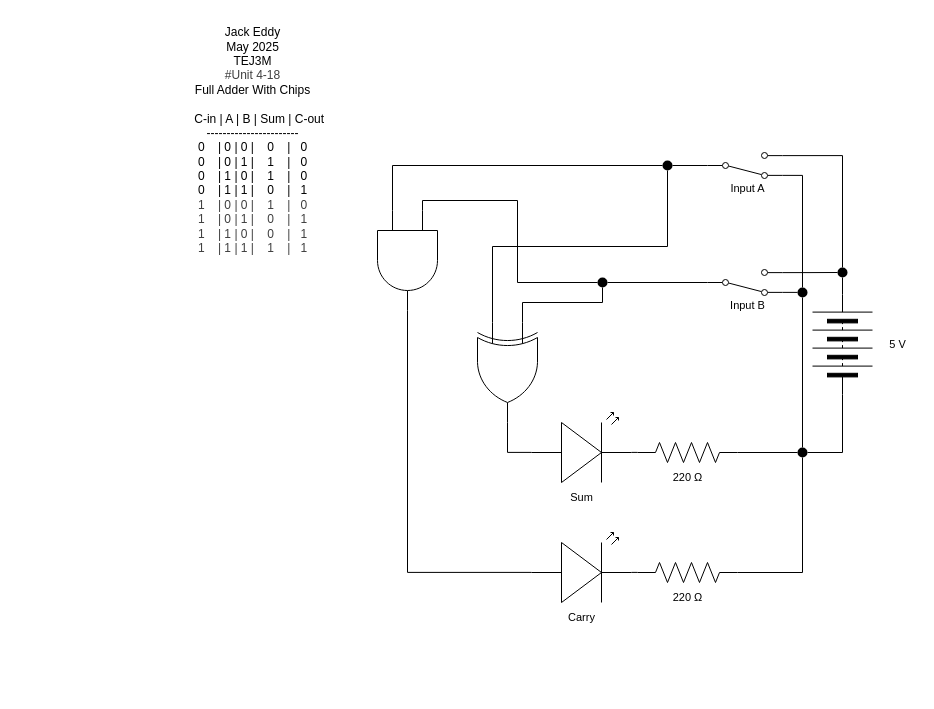
The draw.io diagram Unit4-18.drawio in Jack-Eddy/TEJ3M-Unit4, before the edit. Source tidied: cells renumbered, new cells numbered last; positions are measured from the earlier drawing's top-left corner, leaving out a move shared by most shapes. Both pictures are drawn from the tidied source at 100%, with x=0, y=0 at pixel (167, 17).
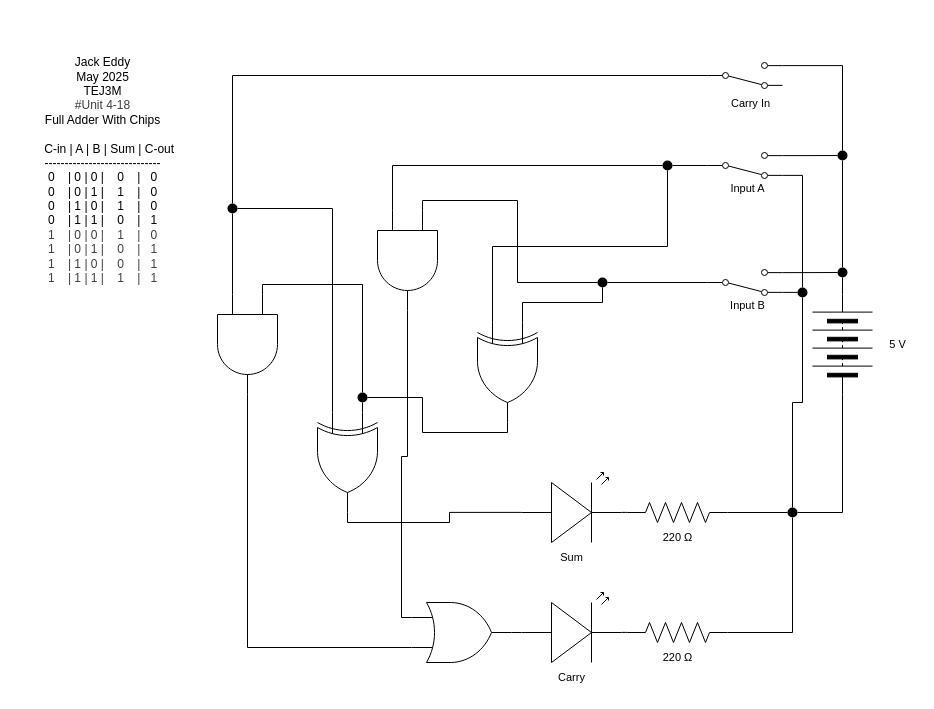
After the change.

Unchanged cells that the change refers to:
```xml
<mxCell id="4" style="html=1;shape=mxgraph.electrical.electro-mechanical.twoWaySwitch;elSwitchState=2;flipH=0;rotation=0;flipV=1;" parent="1" vertex="1">
  <mxGeometry x="540" y="135" width="75" height="26" as="geometry" />
</mxCell>
<mxCell id="18" style="shape=ellipse;fillColor=light-dark(#000000, #51a8ff);strokeColor=none;html=1;sketch=0;fontFamily=Helvetica;fontSize=11;fontColor=default;labelBackgroundColor=default;" parent="1" vertex="1">
  <mxGeometry x="670" y="250" width="10" height="10" as="geometry" />
</mxCell>
<mxCell id="20" style="verticalLabelPosition=bottom;shadow=0;dashed=0;align=center;html=1;verticalAlign=top;shape=mxgraph.electrical.miscellaneous.batteryStack;rotation=-90;" parent="1" vertex="1">
  <mxGeometry x="625" y="297" width="100" height="60" as="geometry" />
</mxCell>
<mxCell id="27" style="verticalLabelPosition=bottom;shadow=0;dashed=0;align=center;html=1;verticalAlign=top;shape=mxgraph.electrical.logic_gates.logic_gate;operation=xor;rotation=90;" parent="1" vertex="1">
  <mxGeometry x="290" y="325" width="100" height="60" as="geometry" />
</mxCell>
<mxCell id="29" style="verticalLabelPosition=bottom;shadow=0;dashed=0;align=center;html=1;verticalAlign=top;shape=mxgraph.electrical.logic_gates.logic_gate;operation=and;rotation=90;" parent="1" vertex="1">
  <mxGeometry x="190" y="213" width="100" height="60" as="geometry" />
</mxCell>
```

Change to the diagram source:
```diff
@@
-    <mxCell id="2" style="edgeStyle=orthogonalEdgeStyle;shape=connector;rounded=0;html=1;exitX=1;exitY=0.12;exitDx=0;exitDy=0;entryX=0.5;entryY=0;entryDx=0;entryDy=0;strokeColor=default;align=center;verticalAlign=middle;fontFamily=Helvetica;fontSize=11;fontColor=default;labelBackgroundColor=default;endArrow=none;endFill=0;" parent="1" edge="1" source="4" target="18">
-      <mxGeometry relative="1" as="geometry" />
-    </mxCell>
@@
+    <mxCell id="43" style="edgeStyle=orthogonalEdgeStyle;shape=connector;rounded=0;html=1;exitX=1;exitY=0.12;exitDx=0;exitDy=0;entryX=0;entryY=0.5;entryDx=0;entryDy=0;strokeColor=default;align=center;verticalAlign=middle;fontFamily=Helvetica;fontSize=11;fontColor=default;labelBackgroundColor=default;endArrow=none;endFill=0;" parent="1" edge="1" source="4" target="63">
+      <mxGeometry relative="1" as="geometry" />
+    </mxCell>
@@
     <mxCell id="9" style="verticalLabelPosition=bottom;shadow=0;dashed=0;align=center;html=1;verticalAlign=top;shape=mxgraph.electrical.opto_electronics.led_2;fontFamily=Helvetica;fontSize=11;fontColor=default;labelBackgroundColor=default;" parent="1" vertex="1">
-      <mxGeometry x="364" y="395" width="100" height="70" as="geometry" />
+      <mxGeometry x="354" y="455" width="100" height="70" as="geometry" />
     </mxCell>
@@
     <mxCell id="11" style="verticalLabelPosition=bottom;shadow=0;dashed=0;align=center;html=1;verticalAlign=top;shape=mxgraph.electrical.resistors.resistor_2;fontFamily=Helvetica;fontSize=11;fontColor=default;labelBackgroundColor=default;" parent="1" vertex="1">
-      <mxGeometry x="470" y="425" width="100" height="20" as="geometry" />
+      <mxGeometry x="460" y="485" width="100" height="20" as="geometry" />
     </mxCell>
@@
+    <mxCell id="44" style="edgeStyle=orthogonalEdgeStyle;shape=connector;rounded=0;html=1;exitX=1;exitY=0.5;exitDx=0;exitDy=0;entryX=0;entryY=0.5;entryDx=0;entryDy=0;strokeColor=default;align=center;verticalAlign=middle;fontFamily=Helvetica;fontSize=11;fontColor=default;labelBackgroundColor=default;endArrow=none;endFill=0;" parent="1" edge="1" source="14" target="20">
+      <mxGeometry relative="1" as="geometry" />
+    </mxCell>
     <mxCell id="14" style="shape=ellipse;fillColor=light-dark(#000000, #51a8ff);strokeColor=none;html=1;sketch=0;fontFamily=Helvetica;fontSize=11;fontColor=default;labelBackgroundColor=default;" parent="1" vertex="1">
-      <mxGeometry x="630" y="430" width="10" height="10" as="geometry" />
+      <mxGeometry x="620" y="490" width="10" height="10" as="geometry" />
     </mxCell>
@@
-    <mxCell id="19" style="edgeStyle=orthogonalEdgeStyle;shape=connector;rounded=0;html=1;exitX=0;exitY=0.5;exitDx=0;exitDy=0;entryX=1;entryY=0.5;entryDx=0;entryDy=0;strokeColor=default;align=center;verticalAlign=middle;fontFamily=Helvetica;fontSize=11;fontColor=default;labelBackgroundColor=default;endArrow=none;endFill=0;" parent="1" edge="1" source="20" target="14">
-      <mxGeometry relative="1" as="geometry" />
-    </mxCell>
@@
     <mxCell id="22" value="220 Ω" style="text;html=1;align=center;verticalAlign=middle;strokeColor=none;fillColor=none;fontFamily=Helvetica;fontSize=11;fontColor=default;labelBackgroundColor=default;" parent="1" vertex="1">
-      <mxGeometry x="495" y="445" width="50" height="30" as="geometry" />
+      <mxGeometry x="485" y="505" width="50" height="30" as="geometry" />
     </mxCell>
@@
     <mxCell id="25" value="Sum" style="text;html=1;align=center;verticalAlign=middle;strokeColor=none;fillColor=none;fontFamily=Helvetica;fontSize=11;fontColor=default;labelBackgroundColor=default;" parent="1" vertex="1">
-      <mxGeometry x="389" y="465" width="50" height="30" as="geometry" />
+      <mxGeometry x="379" y="525" width="50" height="30" as="geometry" />
     </mxCell>
-    <mxCell id="26" value="Jack Eddy&lt;div&gt;&lt;font color=&quot;#000000&quot;&gt;May 2025&lt;br&gt;&lt;/font&gt;&lt;div&gt;&lt;span style=&quot;background-color: transparent;&quot;&gt;TEJ3M&lt;/span&gt;&lt;/div&gt;&lt;/div&gt;&lt;div&gt;&lt;div style=&quot;color: rgb(63, 63, 63);&quot;&gt;#Unit 4-18&lt;/div&gt;&lt;/div&gt;&lt;div&gt;Full Adder With Chips&lt;/div&gt;&lt;div&gt;&lt;br&gt;&lt;/div&gt;&lt;div&gt;&lt;div&gt;&amp;nbsp; &amp;nbsp; C-in | A | B | Sum | C-out&lt;/div&gt;&lt;div&gt;-----------------------&lt;/div&gt;&lt;div&gt;0&amp;nbsp; &amp;nbsp; | 0 | 0 |&amp;nbsp; &amp;nbsp; 0&amp;nbsp; &amp;nbsp; |&amp;nbsp; &amp;nbsp;0&lt;/div&gt;&lt;div&gt;0&amp;nbsp; &amp;nbsp; | 0 | 1 |&amp;nbsp; &amp;nbsp; 1&amp;nbsp; &amp;nbsp; |&amp;nbsp; &amp;nbsp;0&lt;/div&gt;&lt;div&gt;0&amp;nbsp; &amp;nbsp; | 1 | 0 |&amp;nbsp; &amp;nbsp; 1&amp;nbsp; &amp;nbsp; |&amp;nbsp; &amp;nbsp;0&lt;/div&gt;&lt;div&gt;0&amp;nbsp; &amp;nbsp; | 1 | 1 |&amp;nbsp; &amp;nbsp; 0&amp;nbsp; &amp;nbsp; |&amp;nbsp; &amp;nbsp;1&lt;/div&gt;&lt;/div&gt;&lt;div&gt;&lt;div style=&quot;color: rgb(63, 63, 63); scrollbar-color: rgb(226, 226, 226) rgb(251, 251, 251);&quot;&gt;1&amp;nbsp; &amp;nbsp; | 0 | 0 |&amp;nbsp; &amp;nbsp; 1&amp;nbsp; &amp;nbsp; |&amp;nbsp; &amp;nbsp;0&lt;/div&gt;&lt;div style=&quot;color: rgb(63, 63, 63); scrollbar-color: rgb(226, 226, 226) rgb(251, 251, 251);&quot;&gt;1&amp;nbsp; &amp;nbsp; | 0 | 1 |&amp;nbsp; &amp;nbsp; 0&amp;nbsp; &amp;nbsp; |&amp;nbsp; &amp;nbsp;1&lt;/div&gt;&lt;div style=&quot;color: rgb(63, 63, 63); scrollbar-color: rgb(226, 226, 226) rgb(251, 251, 251);&quot;&gt;1&amp;nbsp; &amp;nbsp; | 1 | 0 |&amp;nbsp; &amp;nbsp; 0&amp;nbsp; &amp;nbsp; |&amp;nbsp; &amp;nbsp;1&lt;/div&gt;&lt;div style=&quot;color: rgb(63, 63, 63); scrollbar-color: rgb(226, 226, 226) rgb(251, 251, 251);&quot;&gt;1&amp;nbsp; &amp;nbsp; | 1 | 1 |&amp;nbsp; &amp;nbsp; 1&amp;nbsp; &amp;nbsp; |&amp;nbsp; &amp;nbsp;1&lt;/div&gt;&lt;/div&gt;&lt;div&gt;&lt;br&gt;&lt;/div&gt;" style="text;html=1;align=center;verticalAlign=middle;strokeColor=none;fillColor=none;" parent="1" vertex="1">
-      <mxGeometry width="170" height="260" as="geometry" />
+    <mxCell id="26" value="Jack Eddy&lt;div&gt;&lt;font color=&quot;#000000&quot;&gt;May 2025&lt;br&gt;&lt;/font&gt;&lt;div&gt;&lt;span style=&quot;background-color: transparent;&quot;&gt;TEJ3M&lt;/span&gt;&lt;/div&gt;&lt;/div&gt;&lt;div&gt;&lt;div style=&quot;color: rgb(63, 63, 63);&quot;&gt;#Unit 4-18&lt;/div&gt;&lt;/div&gt;&lt;div&gt;Full Adder With Chips&lt;/div&gt;&lt;div&gt;&lt;br&gt;&lt;/div&gt;&lt;div&gt;&lt;div&gt;&amp;nbsp; &amp;nbsp; C-in | A | B | Sum | C-out&lt;/div&gt;&lt;div&gt;-----------------------------&lt;/div&gt;&lt;div&gt;0&amp;nbsp; &amp;nbsp; | 0 | 0 |&amp;nbsp; &amp;nbsp; 0&amp;nbsp; &amp;nbsp; |&amp;nbsp; &amp;nbsp;0&lt;/div&gt;&lt;div&gt;0&amp;nbsp; &amp;nbsp; | 0 | 1 |&amp;nbsp; &amp;nbsp; 1&amp;nbsp; &amp;nbsp; |&amp;nbsp; &amp;nbsp;0&lt;/div&gt;&lt;div&gt;0&amp;nbsp; &amp;nbsp; | 1 | 0 |&amp;nbsp; &amp;nbsp; 1&amp;nbsp; &amp;nbsp; |&amp;nbsp; &amp;nbsp;0&lt;/div&gt;&lt;div&gt;0&amp;nbsp; &amp;nbsp; | 1 | 1 |&amp;nbsp; &amp;nbsp; 0&amp;nbsp; &amp;nbsp; |&amp;nbsp; &amp;nbsp;1&lt;/div&gt;&lt;/div&gt;&lt;div&gt;&lt;div style=&quot;color: rgb(63, 63, 63); scrollbar-color: rgb(226, 226, 226) rgb(251, 251, 251);&quot;&gt;1&amp;nbsp; &amp;nbsp; | 0 | 0 |&amp;nbsp; &amp;nbsp; 1&amp;nbsp; &amp;nbsp; |&amp;nbsp; &amp;nbsp;0&lt;/div&gt;&lt;div style=&quot;color: rgb(63, 63, 63); scrollbar-color: rgb(226, 226, 226) rgb(251, 251, 251);&quot;&gt;1&amp;nbsp; &amp;nbsp; | 0 | 1 |&amp;nbsp; &amp;nbsp; 0&amp;nbsp; &amp;nbsp; |&amp;nbsp; &amp;nbsp;1&lt;/div&gt;&lt;div style=&quot;color: rgb(63, 63, 63); scrollbar-color: rgb(226, 226, 226) rgb(251, 251, 251);&quot;&gt;1&amp;nbsp; &amp;nbsp; | 1 | 0 |&amp;nbsp; &amp;nbsp; 0&amp;nbsp; &amp;nbsp; |&amp;nbsp; &amp;nbsp;1&lt;/div&gt;&lt;div style=&quot;color: rgb(63, 63, 63); scrollbar-color: rgb(226, 226, 226) rgb(251, 251, 251);&quot;&gt;1&amp;nbsp; &amp;nbsp; | 1 | 1 |&amp;nbsp; &amp;nbsp; 1&amp;nbsp; &amp;nbsp; |&amp;nbsp; &amp;nbsp;1&lt;/div&gt;&lt;/div&gt;&lt;div&gt;&lt;br&gt;&lt;/div&gt;" style="text;html=1;align=center;verticalAlign=middle;strokeColor=none;fillColor=none;" parent="1" vertex="1">
+      <mxGeometry x="-150" y="30" width="170" height="260" as="geometry" />
     </mxCell>
@@
-    <mxCell id="28" style="edgeStyle=orthogonalEdgeStyle;shape=connector;rounded=0;html=1;exitX=1;exitY=0.5;exitDx=0;exitDy=0;exitPerimeter=0;entryX=0;entryY=0.57;entryDx=0;entryDy=0;entryPerimeter=0;strokeColor=default;align=center;verticalAlign=middle;fontFamily=Helvetica;fontSize=11;fontColor=default;labelBackgroundColor=default;endArrow=none;endFill=0;" parent="1" edge="1" source="27" target="9">
-      <mxGeometry relative="1" as="geometry" />
-    </mxCell>
@@
     <mxCell id="36" style="verticalLabelPosition=bottom;shadow=0;dashed=0;align=center;html=1;verticalAlign=top;shape=mxgraph.electrical.opto_electronics.led_2;fontFamily=Helvetica;fontSize=11;fontColor=default;labelBackgroundColor=default;" parent="1" vertex="1">
-      <mxGeometry x="364" y="515" width="100" height="70" as="geometry" />
+      <mxGeometry x="354" y="575" width="100" height="70" as="geometry" />
     </mxCell>
@@
     <mxCell id="38" style="verticalLabelPosition=bottom;shadow=0;dashed=0;align=center;html=1;verticalAlign=top;shape=mxgraph.electrical.resistors.resistor_2;fontFamily=Helvetica;fontSize=11;fontColor=default;labelBackgroundColor=default;" parent="1" vertex="1">
-      <mxGeometry x="470" y="545" width="100" height="20" as="geometry" />
+      <mxGeometry x="460" y="605" width="100" height="20" as="geometry" />
     </mxCell>
@@
     <mxCell id="40" value="220 Ω" style="text;html=1;align=center;verticalAlign=middle;strokeColor=none;fillColor=none;fontFamily=Helvetica;fontSize=11;fontColor=default;labelBackgroundColor=default;" parent="1" vertex="1">
-      <mxGeometry x="495" y="565" width="50" height="30" as="geometry" />
+      <mxGeometry x="485" y="625" width="50" height="30" as="geometry" />
     </mxCell>
     <mxCell id="41" value="Carry" style="text;html=1;align=center;verticalAlign=middle;strokeColor=none;fillColor=none;fontFamily=Helvetica;fontSize=11;fontColor=default;labelBackgroundColor=default;" parent="1" vertex="1">
-      <mxGeometry x="389" y="585" width="50" height="30" as="geometry" />
+      <mxGeometry x="379" y="645" width="50" height="30" as="geometry" />
     </mxCell>
-    <mxCell id="42" style="edgeStyle=orthogonalEdgeStyle;shape=connector;rounded=0;html=1;exitX=1;exitY=0.5;exitDx=0;exitDy=0;exitPerimeter=0;entryX=0;entryY=0.57;entryDx=0;entryDy=0;entryPerimeter=0;strokeColor=default;align=center;verticalAlign=middle;fontFamily=Helvetica;fontSize=11;fontColor=default;labelBackgroundColor=default;endArrow=none;endFill=0;" parent="1" edge="1" source="29" target="36">
-      <mxGeometry relative="1" as="geometry" />
-    </mxCell>
+    <mxCell id="45" style="edgeStyle=orthogonalEdgeStyle;shape=connector;rounded=0;html=1;exitX=0;exitY=0.25;exitDx=0;exitDy=0;exitPerimeter=0;entryX=0.5;entryY=0;entryDx=0;entryDy=0;strokeColor=default;align=center;verticalAlign=middle;fontFamily=Helvetica;fontSize=11;fontColor=default;labelBackgroundColor=default;endArrow=none;endFill=0;" parent="1" edge="1" source="46" target="54">
+      <mxGeometry relative="1" as="geometry" />
+    </mxCell>
+    <mxCell id="46" style="verticalLabelPosition=bottom;shadow=0;dashed=0;align=center;html=1;verticalAlign=top;shape=mxgraph.electrical.logic_gates.logic_gate;operation=and;rotation=90;" parent="1" vertex="1">
+      <mxGeometry x="30" y="297" width="100" height="60" as="geometry" />
+    </mxCell>
+    <mxCell id="47" style="verticalLabelPosition=bottom;shadow=0;dashed=0;align=center;html=1;verticalAlign=top;shape=mxgraph.electrical.logic_gates.logic_gate;operation=xor;rotation=90;" parent="1" vertex="1">
+      <mxGeometry x="130" y="415" width="100" height="60" as="geometry" />
+    </mxCell>
+    <mxCell id="48" style="edgeStyle=orthogonalEdgeStyle;shape=connector;rounded=0;html=1;exitX=0;exitY=0.5;exitDx=0;exitDy=0;entryX=0.5;entryY=0;entryDx=0;entryDy=0;strokeColor=default;align=center;verticalAlign=middle;fontFamily=Helvetica;fontSize=11;fontColor=default;labelBackgroundColor=default;endArrow=none;endFill=0;" parent="1" edge="1" source="49" target="51">
+      <mxGeometry relative="1" as="geometry" />
+    </mxCell>
+    <mxCell id="49" style="html=1;shape=mxgraph.electrical.electro-mechanical.twoWaySwitch;elSwitchState=2;flipH=0;rotation=0;flipV=1;" parent="1" vertex="1">
+      <mxGeometry x="540" y="45" width="75" height="26" as="geometry" />
+    </mxCell>
+    <mxCell id="50" value="Carry In" style="text;html=1;align=center;verticalAlign=middle;strokeColor=none;fillColor=none;fontFamily=Helvetica;fontSize=11;fontColor=default;labelBackgroundColor=default;" parent="1" vertex="1">
+      <mxGeometry x="552.5" y="71" width="60" height="30" as="geometry" />
+    </mxCell>
+    <mxCell id="51" style="shape=ellipse;fillColor=light-dark(#000000, #51a8ff);strokeColor=none;html=1;sketch=0;fontFamily=Helvetica;fontSize=11;fontColor=default;labelBackgroundColor=default;" parent="1" vertex="1">
+      <mxGeometry x="60" y="186" width="10" height="10" as="geometry" />
+    </mxCell>
+    <mxCell id="52" style="edgeStyle=orthogonalEdgeStyle;shape=connector;rounded=0;html=1;exitX=0.5;exitY=1;exitDx=0;exitDy=0;entryX=0;entryY=0.75;entryDx=0;entryDy=0;entryPerimeter=0;strokeColor=default;align=center;verticalAlign=middle;fontFamily=Helvetica;fontSize=11;fontColor=default;labelBackgroundColor=default;endArrow=none;endFill=0;" parent="1" edge="1" source="51" target="46">
+      <mxGeometry relative="1" as="geometry" />
+    </mxCell>
+    <mxCell id="53" style="edgeStyle=orthogonalEdgeStyle;shape=connector;rounded=0;html=1;exitX=1;exitY=0.5;exitDx=0;exitDy=0;entryX=0;entryY=0.75;entryDx=0;entryDy=0;entryPerimeter=0;strokeColor=default;align=center;verticalAlign=middle;fontFamily=Helvetica;fontSize=11;fontColor=default;labelBackgroundColor=default;endArrow=none;endFill=0;" parent="1" edge="1" source="51" target="47">
+      <mxGeometry relative="1" as="geometry" />
+    </mxCell>
+    <mxCell id="54" style="shape=ellipse;fillColor=light-dark(#000000, #51a8ff);strokeColor=none;html=1;sketch=0;fontFamily=Helvetica;fontSize=11;fontColor=default;labelBackgroundColor=default;" parent="1" vertex="1">
+      <mxGeometry x="190" y="375" width="10" height="10" as="geometry" />
+    </mxCell>
+    <mxCell id="55" style="edgeStyle=orthogonalEdgeStyle;shape=connector;rounded=0;html=1;exitX=0.5;exitY=1;exitDx=0;exitDy=0;entryX=0;entryY=0.25;entryDx=0;entryDy=0;entryPerimeter=0;strokeColor=default;align=center;verticalAlign=middle;fontFamily=Helvetica;fontSize=11;fontColor=default;labelBackgroundColor=default;endArrow=none;endFill=0;" parent="1" edge="1" source="54" target="47">
+      <mxGeometry relative="1" as="geometry" />
+    </mxCell>
+    <mxCell id="56" style="edgeStyle=orthogonalEdgeStyle;shape=connector;rounded=0;html=1;exitX=1;exitY=0.5;exitDx=0;exitDy=0;entryX=1;entryY=0.5;entryDx=0;entryDy=0;entryPerimeter=0;strokeColor=default;align=center;verticalAlign=middle;fontFamily=Helvetica;fontSize=11;fontColor=default;labelBackgroundColor=default;endArrow=none;endFill=0;" parent="1" edge="1" source="54" target="27">
+      <mxGeometry relative="1" as="geometry" />
+    </mxCell>
+    <mxCell id="57" style="edgeStyle=orthogonalEdgeStyle;shape=connector;rounded=0;html=1;exitX=0;exitY=0.75;exitDx=0;exitDy=0;exitPerimeter=0;strokeColor=default;align=center;verticalAlign=middle;fontFamily=Helvetica;fontSize=11;fontColor=default;labelBackgroundColor=default;endArrow=none;endFill=0;" parent="1" edge="1" source="58" target="46">
+      <mxGeometry relative="1" as="geometry" />
+    </mxCell>
+    <mxCell id="58" style="verticalLabelPosition=bottom;shadow=0;dashed=0;align=center;html=1;verticalAlign=top;shape=mxgraph.electrical.logic_gates.logic_gate;operation=or;fontFamily=Helvetica;fontSize=11;fontColor=default;labelBackgroundColor=default;" parent="1" vertex="1">
+      <mxGeometry x="244" y="585" width="100" height="60" as="geometry" />
+    </mxCell>
+    <mxCell id="59" style="edgeStyle=orthogonalEdgeStyle;shape=connector;rounded=0;html=1;exitX=1;exitY=0.5;exitDx=0;exitDy=0;exitPerimeter=0;entryX=0;entryY=0.57;entryDx=0;entryDy=0;entryPerimeter=0;strokeColor=default;align=center;verticalAlign=middle;fontFamily=Helvetica;fontSize=11;fontColor=default;labelBackgroundColor=default;endArrow=none;endFill=0;" parent="1" edge="1" source="58" target="36">
+      <mxGeometry relative="1" as="geometry" />
+    </mxCell>
+    <mxCell id="60" style="edgeStyle=orthogonalEdgeStyle;shape=connector;rounded=0;html=1;exitX=0;exitY=0.25;exitDx=0;exitDy=0;exitPerimeter=0;entryX=1;entryY=0.5;entryDx=0;entryDy=0;entryPerimeter=0;strokeColor=default;align=center;verticalAlign=middle;fontFamily=Helvetica;fontSize=11;fontColor=default;labelBackgroundColor=default;endArrow=none;endFill=0;" parent="1" edge="1" source="58" target="29">
+      <mxGeometry relative="1" as="geometry" />
+    </mxCell>
+    <mxCell id="61" style="edgeStyle=orthogonalEdgeStyle;shape=connector;rounded=0;html=1;exitX=0.5;exitY=1;exitDx=0;exitDy=0;entryX=0.5;entryY=0;entryDx=0;entryDy=0;strokeColor=default;align=center;verticalAlign=middle;fontFamily=Helvetica;fontSize=11;fontColor=default;labelBackgroundColor=default;endArrow=none;endFill=0;" parent="1" edge="1" source="63" target="18">
+      <mxGeometry relative="1" as="geometry" />
+    </mxCell>
+    <mxCell id="62" style="edgeStyle=orthogonalEdgeStyle;shape=connector;rounded=0;html=1;exitX=0.5;exitY=0;exitDx=0;exitDy=0;entryX=1;entryY=0.12;entryDx=0;entryDy=0;strokeColor=default;align=center;verticalAlign=middle;fontFamily=Helvetica;fontSize=11;fontColor=default;labelBackgroundColor=default;endArrow=none;endFill=0;" parent="1" edge="1" source="63" target="49">
+      <mxGeometry relative="1" as="geometry" />
+    </mxCell>
+    <mxCell id="63" style="shape=ellipse;fillColor=light-dark(#000000, #51a8ff);strokeColor=none;html=1;sketch=0;fontFamily=Helvetica;fontSize=11;fontColor=default;labelBackgroundColor=default;" parent="1" vertex="1">
+      <mxGeometry x="670" y="133" width="10" height="10" as="geometry" />
+    </mxCell>
+    <mxCell id="64" style="edgeStyle=orthogonalEdgeStyle;shape=connector;rounded=0;html=1;exitX=1;exitY=0.5;exitDx=0;exitDy=0;exitPerimeter=0;entryX=0;entryY=0.57;entryDx=0;entryDy=0;entryPerimeter=0;strokeColor=default;align=center;verticalAlign=middle;fontFamily=Helvetica;fontSize=11;fontColor=default;labelBackgroundColor=default;endArrow=none;endFill=0;" parent="1" edge="1" source="47" target="9">
+      <mxGeometry relative="1" as="geometry" />
+    </mxCell>
```
